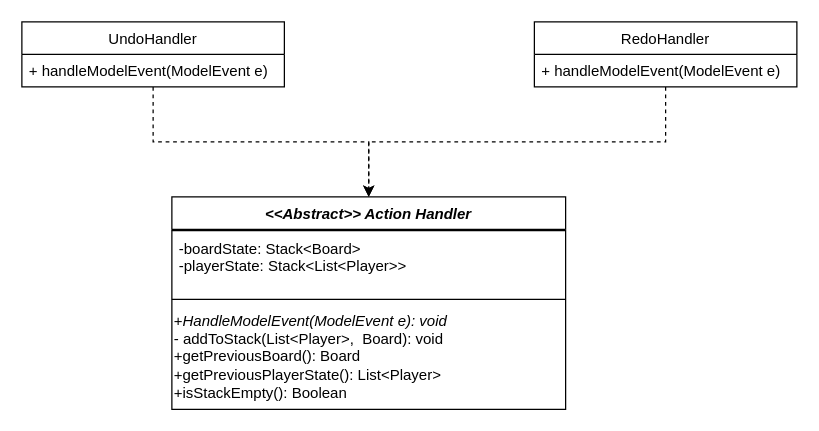
Before: UML/ClassDiagrams/Model/ActionHandler.drawio in trk20/Scuffle, a draw.io diagram. Source tidied: cells renumbered, new cells numbered last; positions are measured from the earlier drawing's top-left corner, leaving out a move shared by most shapes. Both pictures are drawn from the tidied source at 125%, with x=0, y=0 at pixel (21, 21).
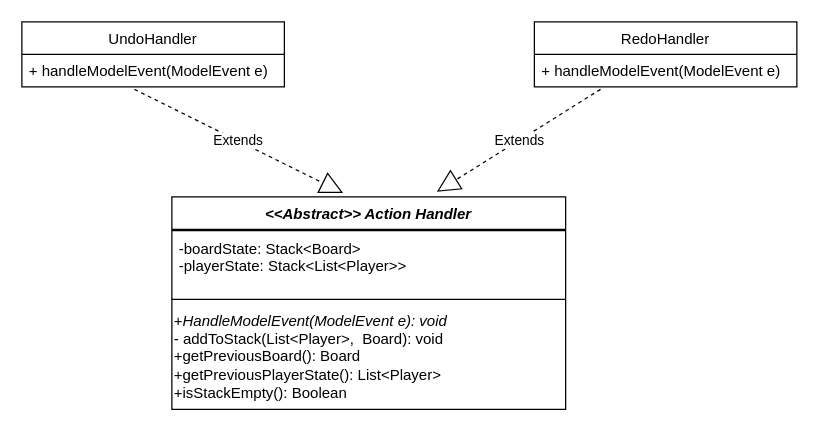
The same page after the edit.

The edit, as a diff of the source:
```diff
@@
 <mxGraphModel>
   <root>
     <mxCell id="0" />
     <mxCell id="1" parent="0" />
     <mxCell id="2" value="&lt;&lt;Abstract&gt;&gt; Action Handler" style="swimlane;fontStyle=3;align=center;verticalAlign=top;horizontal=1;startSize=26;" parent="1" vertex="1">
       <mxGeometry x="120" y="140" width="315" height="170" as="geometry" />
     </mxCell>
     <mxCell id="3" style="line;strokeWidth=1;fillColor=none;align=left;verticalAlign=middle;spacingTop=-1;spacingLeft=3;spacingRight=3;labelPosition=right;" parent="2" vertex="1">
       <mxGeometry y="26" width="315" height="2" as="geometry" />
     </mxCell>
     <mxCell id="4" value="-boardState: Stack&lt;Board&gt;&#10;-playerState: Stack&lt;List&lt;Player&gt;&gt;&#10;" style="text;strokeColor=none;fillColor=none;align=left;verticalAlign=top;spacingLeft=4;spacingRight=4;overflow=hidden;" parent="2" vertex="1">
       <mxGeometry y="28" width="315" height="50" as="geometry" />
     </mxCell>
     <mxCell id="5" style="line;strokeWidth=1;fillColor=none;align=left;verticalAlign=middle;spacingTop=-1;spacingLeft=3;spacingRight=3;labelPosition=right;" parent="2" vertex="1">
       <mxGeometry y="78" width="315" height="8" as="geometry" />
     </mxCell>
     <mxCell id="6" value="+&lt;i&gt;HandleModelEvent(ModelEvent e): void&lt;/i&gt;&lt;br&gt;- addToStack(List&amp;lt;Player&amp;gt;,&amp;nbsp; Board): void&lt;br&gt;+getPreviousBoard(): Board&lt;br&gt;+getPreviousPlayerState(): List&amp;lt;Player&amp;gt;&lt;br&gt;+isStackEmpty(): Boolean" style="text;html=1;strokeColor=none;fillColor=none;align=left;verticalAlign=middle;whiteSpace=wrap;rounded=0;" parent="2" vertex="1">
       <mxGeometry y="86" width="315" height="84" as="geometry" />
     </mxCell>
-    <mxCell id="7" style="edgeStyle=orthogonalEdgeStyle;rounded=0;jettySize=auto;html=1;entryX=0.5;entryY=0;entryDx=0;entryDy=0;dashed=1;" parent="1" edge="1" source="8" target="2">
-      <mxGeometry relative="1" as="geometry" />
-    </mxCell>
     <mxCell id="8" value="UndoHandler" style="swimlane;fontStyle=0;horizontal=1;startSize=26;fillColor=none;" parent="1" vertex="1">
       <mxGeometry width="210" height="52" as="geometry" />
     </mxCell>
     <mxCell id="9" value="+ handleModelEvent(ModelEvent e)" style="text;strokeColor=none;fillColor=none;align=left;verticalAlign=top;spacingLeft=4;spacingRight=4;overflow=hidden;points=[[0,0.5],[1,0.5]];portConstraint=eastwest;" parent="8" vertex="1">
       <mxGeometry y="26" width="210" height="26" as="geometry" />
     </mxCell>
-    <mxCell id="10" style="edgeStyle=orthogonalEdgeStyle;rounded=0;jettySize=auto;html=1;entryX=0.5;entryY=0;entryDx=0;entryDy=0;dashed=1;" parent="1" edge="1" source="11" target="2">
-      <mxGeometry relative="1" as="geometry" />
-    </mxCell>
     <mxCell id="11" value="RedoHandler" style="swimlane;fontStyle=0;horizontal=1;startSize=26;fillColor=none;" parent="1" vertex="1">
       <mxGeometry x="410" width="210" height="52" as="geometry" />
     </mxCell>
     <mxCell id="12" value="+ handleModelEvent(ModelEvent e)" style="text;strokeColor=none;fillColor=none;align=left;verticalAlign=top;spacingLeft=4;spacingRight=4;overflow=hidden;points=[[0,0.5],[1,0.5]];portConstraint=eastwest;" parent="11" vertex="1">
       <mxGeometry y="26" width="210" height="26" as="geometry" />
     </mxCell>
+    <mxCell id="7" value="Extends" style="endArrow=block;endSize=16;endFill=0;html=1;rounded=0;dashed=1;exitX=0.429;exitY=1.077;exitDx=0;exitDy=0;exitPerimeter=0;entryX=0.435;entryY=-0.018;entryDx=0;entryDy=0;entryPerimeter=0;" parent="1" edge="1" source="9" target="2">
+      <mxGeometry relative="1" as="geometry" />
+    </mxCell>
+    <mxCell id="13" value="Extends" style="endArrow=block;endSize=16;endFill=0;html=1;rounded=0;dashed=1;exitX=0.252;exitY=1.077;exitDx=0;exitDy=0;exitPerimeter=0;entryX=0.673;entryY=-0.024;entryDx=0;entryDy=0;entryPerimeter=0;" parent="1" edge="1" source="12" target="2">
+      <mxGeometry relative="1" as="geometry" />
+    </mxCell>
   </root>
 </mxGraphModel>
```
